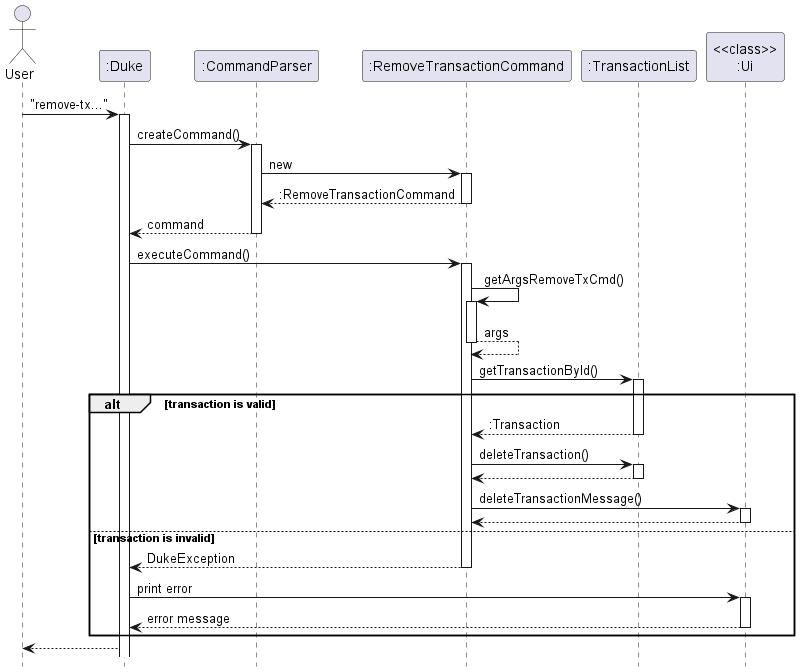
The PlantUML diagram docs/images/RemoveTransactionSequence.png in nus-cs2113-AY2223S1/tp, before a commit. Its source is kept beside it as docs/diagrams/transaction/RemoveTransactionSequence.puml.
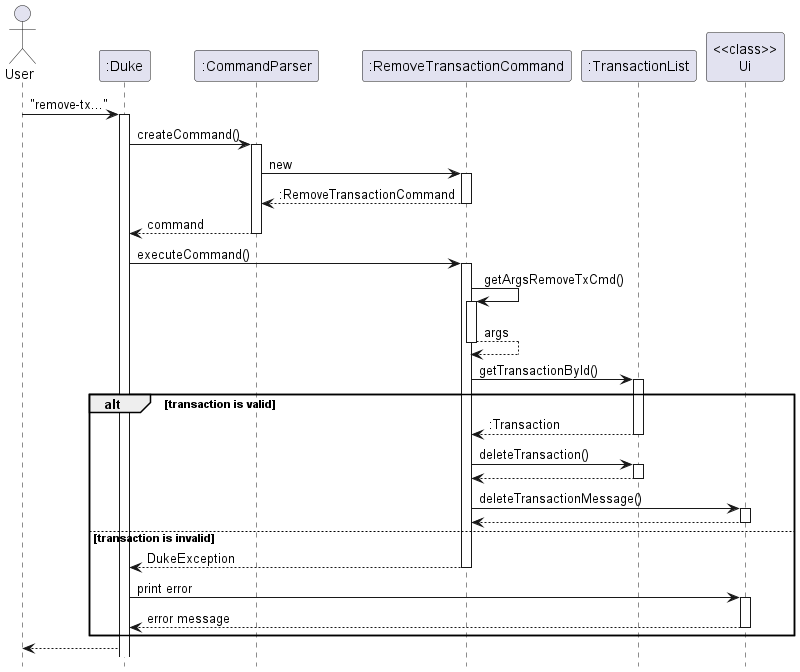
Above is the later version.

What changed in the source:
```diff
@@ -25,18 +25,18 @@
     ":RemoveTransactionCommand" -> ":TransactionList": deleteTransaction()
     activate ":TransactionList"
     return
-    ":RemoveTransactionCommand" -> "<<class>>\n:Ui": deleteTransactionMessage()
-    activate "<<class>>\n:Ui"
+    ":RemoveTransactionCommand" -> "<<class>>\nUi": deleteTransactionMessage()
+    activate "<<class>>\nUi"
     return
-    deactivate "<<class>>\n:Ui"
+    deactivate "<<class>>\nUi"
     deactivate ":TransactionList"
 else transaction is invalid
     ":RemoveTransactionCommand" --> ":Duke" : DukeException
     deactivate ":RemoveTransactionCommand"
-    ":Duke" -> "<<class>>\n:Ui" : print error
-    activate "<<class>>\n:Ui"
-    "<<class>>\n:Ui" --> ":Duke" : error message
-    deactivate "<<class>>\n:Ui"
+    ":Duke" -> "<<class>>\nUi" : print error
+    activate "<<class>>\nUi"
+    "<<class>>\nUi" --> ":Duke" : error message
+    deactivate "<<class>>\nUi"
 end
 deactivate ":RemoveTransactionCommand"
 ":Duke" --> "User"
```
